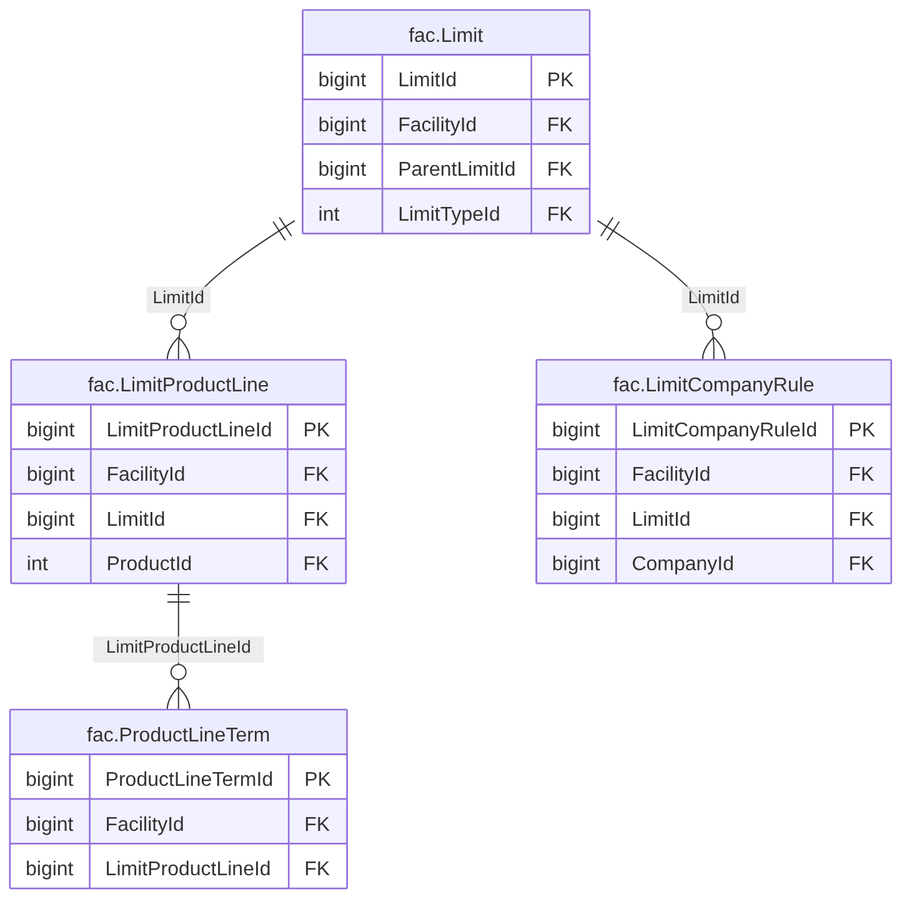
The Mermaid diagram treasury-platform/docs/diagrams/erd/m5_limits_1.png in thawrasy/smartlines, before a commit. Its source is kept beside it as treasury-platform/docs/diagrams/erd/m5_limits_1.mmd.
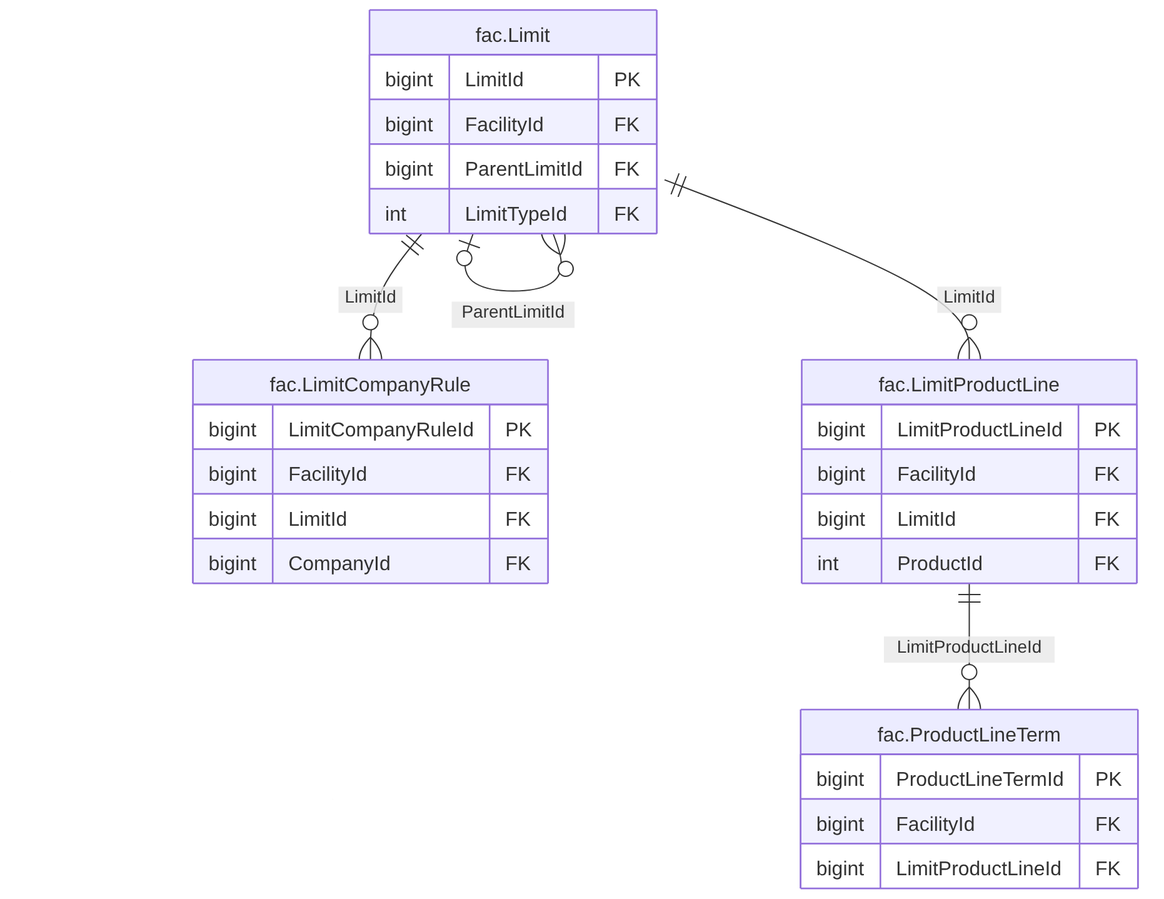
After the change.

Diff of the diagram source:
```diff
@@ -22,6 +22,7 @@
     bigint FacilityId FK
     bigint LimitProductLineId FK
   }
+  fac_Limit |o--o{ fac_Limit : "ParentLimitId"
   fac_Limit ||--o{ fac_LimitCompanyRule : "LimitId"
   fac_Limit ||--o{ fac_LimitProductLine : "LimitId"
   fac_LimitProductLine ||--o{ fac_ProductLineTerm : "LimitProductLineId"
```
